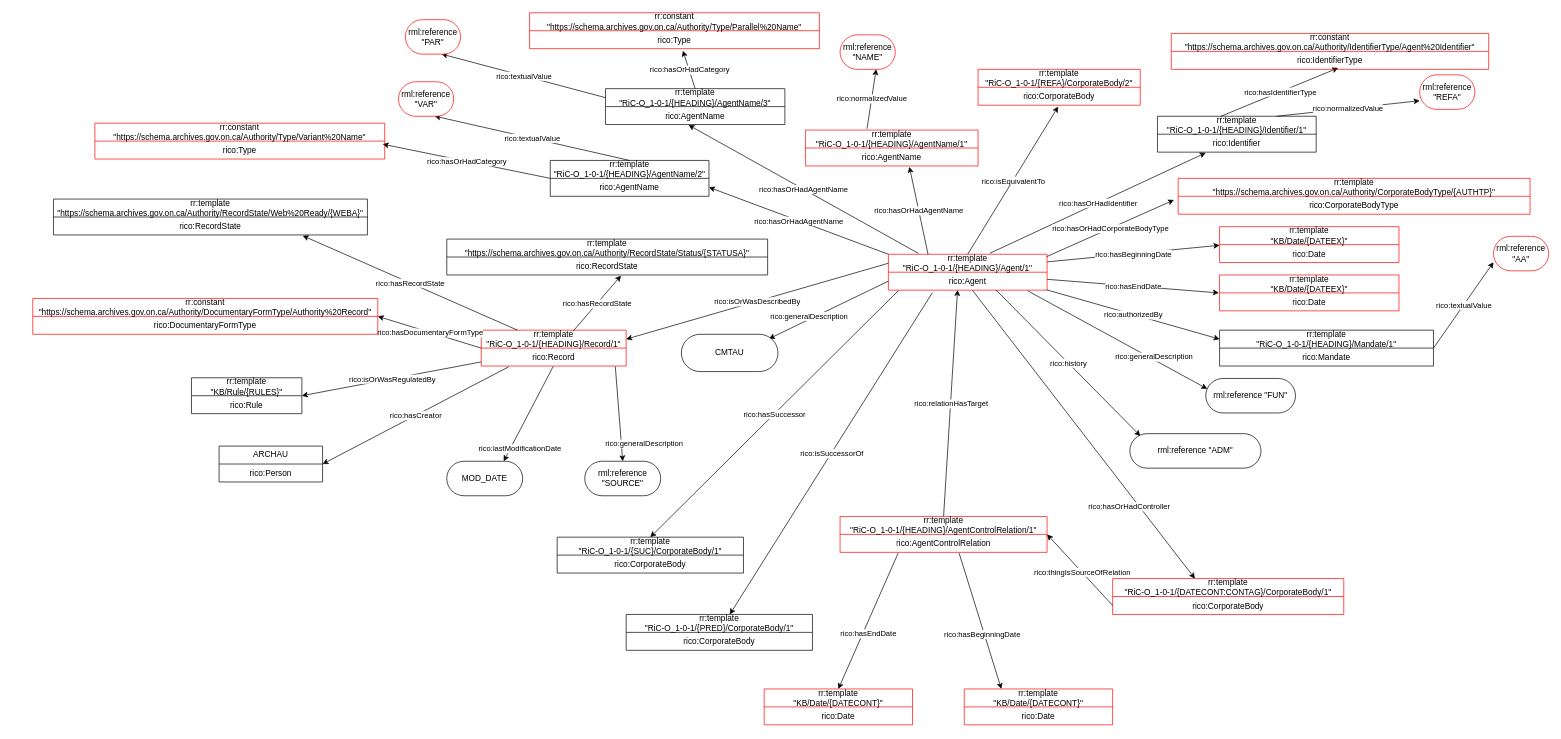
Before: gbad/schema/authority/General Authority to RiC-O Model_2024-08-23_PZ.drawio in gbad-project/records_in_contexts_draw_io_parser, a draw.io diagram. Source tidied: cells renumbered, new cells numbered last; positions are measured from the earlier drawing's top-left corner, leaving out a move shared by most shapes. Both pictures are drawn from the tidied source at 69%, with x=0, y=0 at pixel (32, 12).
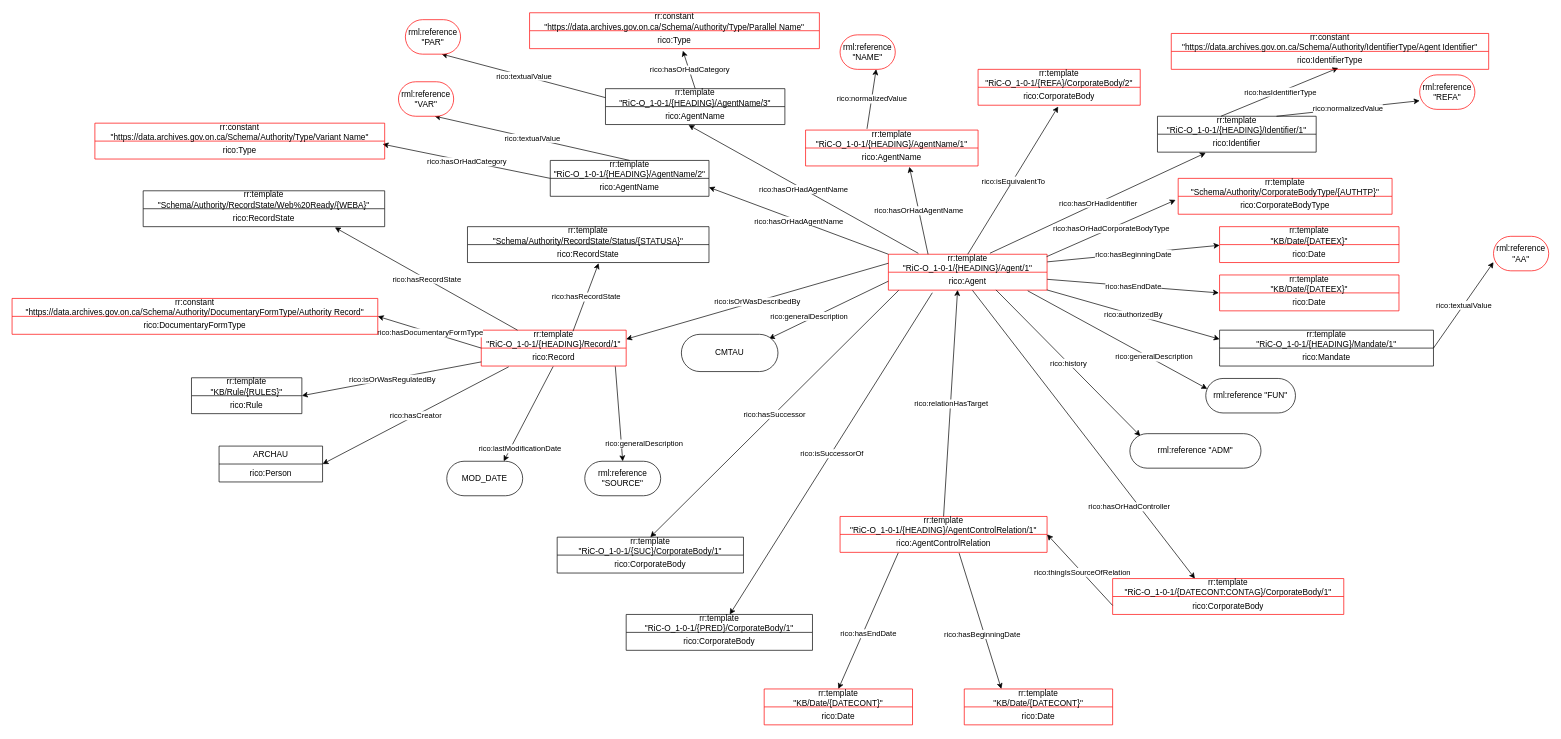
The same diagram, later.

Commit message (it also covers changes not shown here):
Fix rdfs:labels and schema URIs

What changed in the source:
```diff
@@
-    <mxCell id="17" value="&lt;div&gt;&lt;span style=&quot;background-color: initial;&quot;&gt;rr:template&lt;br&gt;&quot;&lt;/span&gt;https://schema.archives.gov.on.ca&lt;span style=&quot;background-color: initial;&quot;&gt;/Authority/&lt;/span&gt;&lt;span style=&quot;background-color: initial;&quot;&gt;CorporateBodyType&lt;/span&gt;&lt;span style=&quot;background-color: initial;&quot;&gt;/&lt;/span&gt;&lt;span style=&quot;background-color: initial;&quot;&gt;{AUTHTP}&quot;&lt;/span&gt;&lt;/div&gt;" style="swimlane;fontStyle=0;horizontal=1;startSize=26;fillColor=none;whiteSpace=wrap;html=1;strokeColor=#FF0000;" parent="1" vertex="1">
-      <mxGeometry x="1660" y="240" width="510" height="52" as="geometry" />
+    <mxCell id="17" value="&lt;div&gt;&lt;span style=&quot;background-color: initial;&quot;&gt;rr:template&lt;br&gt;&quot;&lt;/span&gt;&lt;span style=&quot;background-color: initial;&quot;&gt;Schema/Authority/&lt;/span&gt;&lt;span style=&quot;background-color: initial;&quot;&gt;CorporateBodyType&lt;/span&gt;&lt;span style=&quot;background-color: initial;&quot;&gt;/&lt;/span&gt;&lt;span style=&quot;background-color: initial;&quot;&gt;{AUTHTP}&quot;&lt;/span&gt;&lt;/div&gt;" style="swimlane;fontStyle=0;horizontal=1;startSize=26;fillColor=none;whiteSpace=wrap;html=1;strokeColor=#FF0000;" parent="1" vertex="1">
+      <mxGeometry x="1660" y="240" width="310" height="52" as="geometry" />
     </mxCell>
     <mxCell id="18" value="rico:CorporateBodyType&lt;div&gt;&lt;br&gt;&lt;/div&gt;" style="text;strokeColor=none;fillColor=none;align=center;verticalAlign=top;spacingLeft=4;spacingRight=4;overflow=hidden;points=[[0,0.5],[1,0.5]];portConstraint=eastwest;whiteSpace=wrap;html=1;" parent="17" vertex="1">
-      <mxGeometry y="26" width="510" height="26" as="geometry" />
+      <mxGeometry y="26" width="310" height="26" as="geometry" />
     </mxCell>
@@
-    <mxCell id="65" value="&lt;span style=&quot;background-color: initial;&quot;&gt;rr:constant&lt;br&gt;&lt;/span&gt;&lt;span style=&quot;background-color: initial;&quot;&gt;&quot;&lt;/span&gt;https://schema.archives.gov.on.ca&lt;span style=&quot;background-color: initial;&quot;&gt;/Authority/&lt;/span&gt;DocumentaryFormType&lt;span style=&quot;background-color: initial;&quot;&gt;/&lt;/span&gt;Authority%20Record&lt;span style=&quot;background-color: initial;&quot;&gt;&quot;&lt;/span&gt;" style="swimlane;fontStyle=0;horizontal=1;startSize=26;fillColor=none;whiteSpace=wrap;html=1;strokeColor=#FF0000;" parent="1" vertex="1">
-      <mxGeometry y="414" width="500" height="52" as="geometry" />
+    <mxCell id="65" value="&lt;span style=&quot;background-color: initial;&quot;&gt;rr:constant&lt;br&gt;&lt;/span&gt;&lt;span style=&quot;background-color: initial;&quot;&gt;&quot;&lt;/span&gt;https://data.archives.gov.on.ca&lt;span style=&quot;background-color: initial;&quot;&gt;/Schema/Authority/&lt;/span&gt;DocumentaryFormType&lt;span style=&quot;background-color: initial;&quot;&gt;/&lt;/span&gt;Authority Record&lt;span style=&quot;background-color: initial;&quot;&gt;&quot;&lt;/span&gt;" style="swimlane;fontStyle=0;horizontal=1;startSize=26;fillColor=none;whiteSpace=wrap;html=1;strokeColor=#FF0000;" parent="1" vertex="1">
+      <mxGeometry x="-30" y="414" width="530" height="52" as="geometry" />
     </mxCell>
     <mxCell id="66" value="rico:DocumentaryFormType&lt;div&gt;&lt;br&gt;&lt;/div&gt;" style="text;strokeColor=none;fillColor=none;align=center;verticalAlign=top;spacingLeft=4;spacingRight=4;overflow=hidden;whiteSpace=wrap;html=1;" parent="65" vertex="1">
-      <mxGeometry y="26" width="500" height="26" as="geometry" />
+      <mxGeometry y="26" width="530" height="26" as="geometry" />
     </mxCell>
@@
-    <mxCell id="92" value="rr:constant&lt;br&gt;&quot;https://schema.archives.gov.on.ca/Authority/Type/Parallel%20Name&quot;" style="swimlane;fontStyle=0;horizontal=1;startSize=26;fillColor=none;whiteSpace=wrap;html=1;strokeColor=#FF0000;" parent="1" vertex="1">
+    <mxCell id="92" value="rr:constant&lt;br&gt;&quot;https://data.archives.gov.on.ca/Schema/Authority/Type/Parallel Name&quot;" style="swimlane;fontStyle=0;horizontal=1;startSize=26;fillColor=none;whiteSpace=wrap;html=1;strokeColor=#FF0000;" parent="1" vertex="1">
       <mxGeometry x="720" width="420" height="52" as="geometry" />
     </mxCell>
@@
-    <mxCell id="96" value="rr:constant&lt;br&gt;&quot;https://schema.archives.gov.on.ca/Authority/Type/Variant%20Name&quot;" style="swimlane;fontStyle=0;horizontal=1;startSize=26;fillColor=none;whiteSpace=wrap;html=1;strokeColor=#FF0000;" parent="1" vertex="1">
+    <mxCell id="96" value="rr:constant&lt;br&gt;&quot;https://data.archives.gov.on.ca/Schema/Authority/Type/Variant Name&quot;" style="swimlane;fontStyle=0;horizontal=1;startSize=26;fillColor=none;whiteSpace=wrap;html=1;strokeColor=#FF0000;" parent="1" vertex="1">
       <mxGeometry x="90" y="160" width="420" height="52" as="geometry" />
     </mxCell>
@@
-    <mxCell id="100" value="&lt;span style=&quot;background-color: initial;&quot;&gt;rr:template&lt;br&gt;&lt;/span&gt;&lt;div&gt;&lt;span style=&quot;background-color: initial;&quot;&gt;&quot;&lt;/span&gt;https://schema.archives.gov.on.ca/Authority/RecordState/Web%20Ready/&lt;span style=&quot;background-color: initial;&quot;&gt;{&lt;/span&gt;&lt;span style=&quot;background-color: initial;&quot;&gt;WEBA&lt;/span&gt;&lt;span style=&quot;background-color: initial;&quot;&gt;}&quot;&lt;/span&gt;&lt;/div&gt;" style="swimlane;fontStyle=0;horizontal=1;startSize=26;fillColor=none;whiteSpace=wrap;html=1;" parent="1" vertex="1">
-      <mxGeometry x="30" y="270" width="455" height="52" as="geometry" />
+    <mxCell id="100" value="&lt;span style=&quot;background-color: initial;&quot;&gt;rr:template&lt;br&gt;&lt;/span&gt;&lt;div&gt;&lt;span style=&quot;background-color: initial;&quot;&gt;&quot;&lt;/span&gt;Schema/Authority/RecordState/Web%20Ready/&lt;span style=&quot;background-color: initial;&quot;&gt;{&lt;/span&gt;&lt;span style=&quot;background-color: initial;&quot;&gt;WEBA&lt;/span&gt;&lt;span style=&quot;background-color: initial;&quot;&gt;}&quot;&lt;/span&gt;&lt;/div&gt;" style="swimlane;fontStyle=0;horizontal=1;startSize=26;fillColor=none;whiteSpace=wrap;html=1;" parent="1" vertex="1">
+      <mxGeometry x="160" y="258" width="350" height="52" as="geometry" />
     </mxCell>
     <mxCell id="101" value="rico:RecordState&lt;div&gt;&lt;br&gt;&lt;/div&gt;" style="text;strokeColor=none;fillColor=none;align=center;verticalAlign=top;spacingLeft=4;spacingRight=4;overflow=hidden;points=[[0,0.5],[1,0.5]];portConstraint=eastwest;whiteSpace=wrap;html=1;" parent="100" vertex="1">
-      <mxGeometry y="26" width="455" height="26" as="geometry" />
+      <mxGeometry y="26" width="350" height="26" as="geometry" />
     </mxCell>
-    <mxCell id="102" value="&lt;span style=&quot;background-color: initial;&quot;&gt;rr:template&lt;br&gt;&lt;/span&gt;&lt;div&gt;&lt;span style=&quot;background-color: initial;&quot;&gt;&quot;&lt;/span&gt;https://schema.archives.gov.on.ca/Authority/&lt;span style=&quot;background-color: initial;&quot;&gt;RecordState/&lt;/span&gt;&lt;span style=&quot;background-color: initial;&quot;&gt;Status/&lt;/span&gt;&lt;span style=&quot;background-color: initial;&quot;&gt;{&lt;/span&gt;&lt;span style=&quot;background-color: initial;&quot;&gt;STATUSA&lt;/span&gt;&lt;span style=&quot;background-color: initial;&quot;&gt;}&quot;&lt;/span&gt;&lt;/div&gt;" style="swimlane;fontStyle=0;horizontal=1;startSize=26;fillColor=none;whiteSpace=wrap;html=1;" parent="1" vertex="1">
-      <mxGeometry x="600" y="328" width="465" height="52" as="geometry" />
+    <mxCell id="102" value="&lt;span style=&quot;background-color: initial;&quot;&gt;rr:template&lt;br&gt;&lt;/span&gt;&lt;div&gt;&lt;span style=&quot;background-color: initial;&quot;&gt;&quot;&lt;/span&gt;Schema/Authority/&lt;span style=&quot;background-color: initial;&quot;&gt;RecordState/&lt;/span&gt;&lt;span style=&quot;background-color: initial;&quot;&gt;Status/&lt;/span&gt;&lt;span style=&quot;background-color: initial;&quot;&gt;{&lt;/span&gt;&lt;span style=&quot;background-color: initial;&quot;&gt;STATUSA&lt;/span&gt;&lt;span style=&quot;background-color: initial;&quot;&gt;}&quot;&lt;/span&gt;&lt;/div&gt;" style="swimlane;fontStyle=0;horizontal=1;startSize=26;fillColor=none;whiteSpace=wrap;html=1;" parent="1" vertex="1">
+      <mxGeometry x="630" y="310" width="350" height="52" as="geometry" />
     </mxCell>
     <mxCell id="103" value="rico:RecordState&lt;div&gt;&lt;br&gt;&lt;/div&gt;" style="text;strokeColor=none;fillColor=none;align=center;verticalAlign=top;spacingLeft=4;spacingRight=4;overflow=hidden;points=[[0,0.5],[1,0.5]];portConstraint=eastwest;whiteSpace=wrap;html=1;" parent="102" vertex="1">
-      <mxGeometry y="26" width="465" height="26" as="geometry" />
+      <mxGeometry y="26" width="350" height="26" as="geometry" />
     </mxCell>
@@
-    <mxCell id="118" value="rr:constant&lt;br&gt;&quot;https://schema.archives.gov.on.ca/Authority/IdentifierType/Agent%20Identifier&quot;" style="swimlane;fontStyle=0;horizontal=1;startSize=26;fillColor=none;whiteSpace=wrap;html=1;strokeColor=#FF0000;" parent="1" vertex="1">
+    <mxCell id="118" value="rr:constant&lt;br&gt;&quot;https://data.archives.gov.on.ca/Schema/Authority/IdentifierType/Agent Identifier&quot;" style="swimlane;fontStyle=0;horizontal=1;startSize=26;fillColor=none;whiteSpace=wrap;html=1;strokeColor=#FF0000;" parent="1" vertex="1">
       <mxGeometry x="1650" y="30" width="460" height="52" as="geometry" />
     </mxCell>
```
